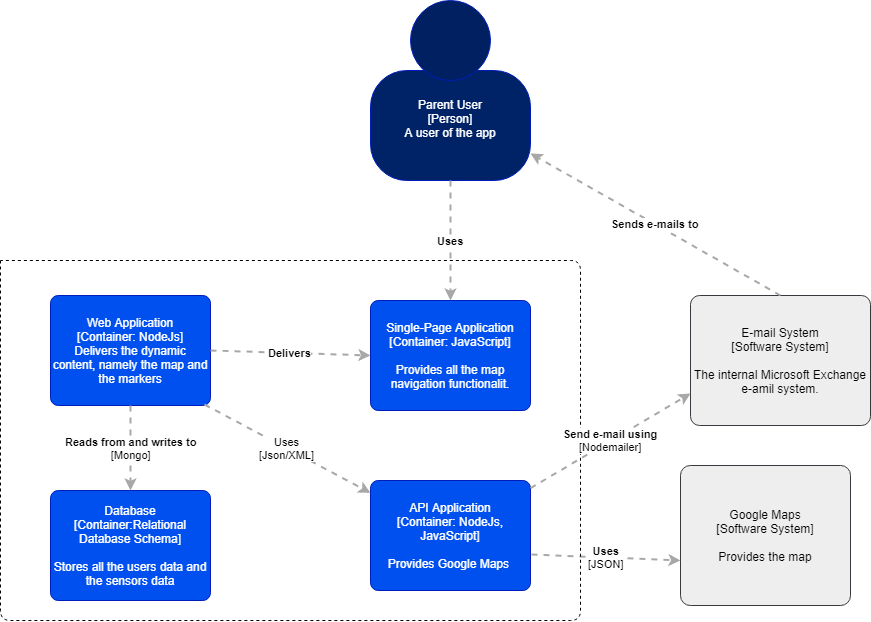
The draw.io diagram Arhitectura/DiagramaContainer.png in robertzanceanu/KiMo, before a commit. Source tidied: cells renumbered, new cells last; positions are measured from the earlier drawing's top-left corner, leaving out a move shared by most shapes.
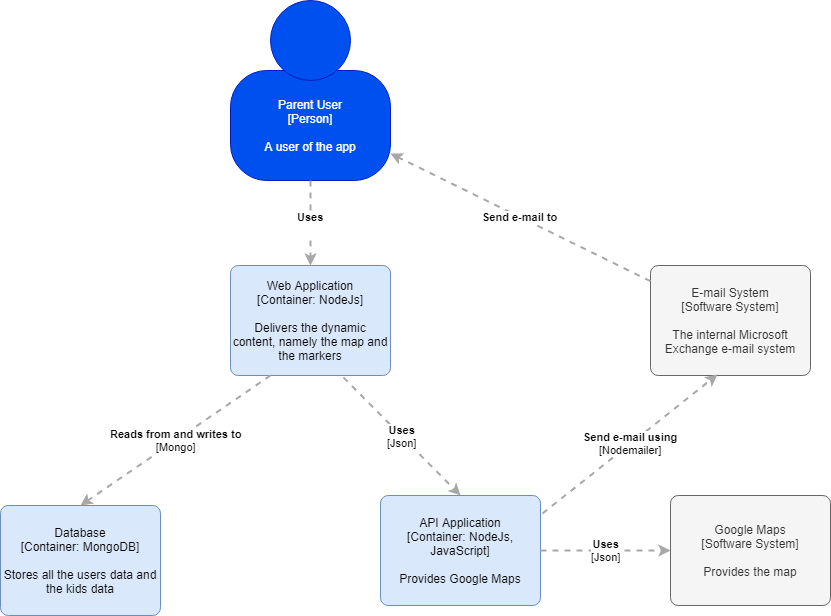
The same file after the commit.

Commit message:
poze cu diagrama de context

Diff of the diagram source:
```diff
@@ -1,79 +1,60 @@
-<mxGraphModel background="#ffffff">
+<mxGraphModel>
   <root>
     <mxCell id="0" />
     <mxCell id="1" parent="0" />
-    <mxCell id="2" style="group;rounded=0;labelBackgroundColor=none;fillColor=#ffffff;fontColor=#000000;align=center;html=1;" parent="1" vertex="1">
-      <mxGeometry x="370" width="160" height="180" as="geometry" />
-    </mxCell>
+    <mxCell id="19" style="group;rounded=0;labelBackgroundColor=none;fillColor=none;fontColor=#000000;align=center;html=1;" parent="1" vertex="1">
+      <mxGeometry x="170" y="-65" width="160" height="180" as="geometry" />
+    </mxCell>
-    <object id="3" label="&lt;span&gt;Parent User&lt;br&gt;[Person]&lt;/span&gt;&lt;br&gt;&lt;div&gt;A user of the app&lt;br&gt;&lt;/div&gt;&lt;div&gt;&lt;br&gt;&lt;/div&gt;" c4Description="Beschreibung" c4Name="name" c4Type="body" placeholders="1">
-      <mxCell style="rounded=1;whiteSpace=wrap;html=1;labelBackgroundColor=none;fillColor=#002266;fontColor=#ffffff;align=center;arcSize=33;strokeColor=#001DBC;" parent="2" vertex="1">
+    <object id="3" label="&lt;span&gt;Parent User&lt;br&gt;[Person]&lt;/span&gt;&lt;br&gt;&lt;div&gt;&lt;br&gt;&lt;/div&gt;&lt;div&gt;A user of the app&lt;/div&gt;" c4Description="Beschreibung" c4Name="name" c4Type="body" placeholders="1">
+      <mxCell style="rounded=1;whiteSpace=wrap;html=1;labelBackgroundColor=none;fillColor=#0050ef;fontColor=#ffffff;align=center;arcSize=33;strokeColor=#001DBC;" parent="19" vertex="1">
         <mxGeometry y="70" width="160" height="110" as="geometry" />
       </mxCell>
     </object>
-    <mxCell id="4" style="ellipse;whiteSpace=wrap;html=1;rounded=0;labelBackgroundColor=none;fillColor=#002061;fontSize=12;fontColor=#ffffff;align=center;strokeColor=#001DBC;" parent="2" vertex="1">
-      <mxGeometry x="40" width="80" height="80" as="geometry" />
-    </mxCell>
+    <mxCell id="20" style="ellipse;whiteSpace=wrap;html=1;rounded=0;labelBackgroundColor=none;fillColor=#0050ef;fontSize=12;fontColor=#ffffff;align=center;strokeColor=#001DBC;" parent="19" vertex="1">
+      <mxGeometry x="40" width="80" height="80" as="geometry" />
+    </mxCell>
+    <object id="6" label="Web Application&lt;div&gt;[Container: NodeJs]&lt;/div&gt;&lt;div&gt;&lt;br&gt;&lt;/div&gt;&lt;div&gt;Delivers the dynamic content, namely the map and the markers&lt;/div&gt;" c4Description="Beschreibung" c4Name="name" c4Type="SoftwareSystem" placeholders="1">
+      <mxCell style="rounded=1;whiteSpace=wrap;html=1;labelBackgroundColor=none;fillColor=#dae8fc;fontColor=#000000;align=center;arcSize=7;strokeColor=#6c8ebf;" parent="1" vertex="1">
+        <mxGeometry x="170" y="200" width="160" height="110" as="geometry" />
+      </mxCell>
+    </object>
+    <mxCell id="13" value="&lt;div style=&quot;text-align: left&quot;&gt;&lt;div style=&quot;text-align: center&quot;&gt;&lt;b&gt;Uses&lt;/b&gt;&lt;/div&gt;&lt;div style=&quot;text-align: center&quot;&gt;&lt;br&gt;&lt;/div&gt;&lt;/div&gt;" style="edgeStyle=none;rounded=0;html=1;entryX=0.5;entryY=0;jettySize=auto;strokeColor=#A8A8A8;strokeWidth=2;fontColor=#000000;jumpStyle=none;dashed=1;exitX=0.5;exitY=1;exitDx=0;exitDy=0;entryDx=0;entryDy=0;" parent="1" edge="1" source="3" target="6">
+      <mxGeometry relative="1" as="geometry" />
+    </mxCell>
+    <object id="21" label="&lt;span&gt;Database&lt;br&gt;[Container: MongoDB]&lt;/span&gt;&lt;br&gt;&lt;div&gt;&lt;br&gt;&lt;/div&gt;&lt;div&gt;Stores all the users data and the kids data&lt;/div&gt;" c4Description="Beschreibung" c4Name="name" c4Type="SoftwareSystem" placeholders="1">
+      <mxCell style="rounded=1;whiteSpace=wrap;html=1;labelBackgroundColor=none;fillColor=#dae8fc;fontColor=#000000;align=center;arcSize=7;strokeColor=#6c8ebf;" parent="1" vertex="1">
+        <mxGeometry x="-60" y="440" width="160" height="110" as="geometry" />
+      </mxCell>
+    </object>
+    <mxCell id="15" value="&lt;div style=&quot;text-align: left&quot;&gt;&lt;div style=&quot;text-align: center&quot;&gt;&lt;b&gt;Reads from and writes to&lt;/b&gt;&lt;/div&gt;&lt;div style=&quot;text-align: center&quot;&gt;[Mongo]&lt;br&gt;&lt;/div&gt;&lt;/div&gt;" style="edgeStyle=none;rounded=0;html=1;entryX=0.5;entryY=0;jettySize=auto;strokeColor=#A8A8A8;strokeWidth=2;fontColor=#000000;jumpStyle=none;dashed=1;exitX=0.25;exitY=1;exitDx=0;exitDy=0;entryDx=0;entryDy=0;" parent="1" edge="1" source="6" target="21">
+      <mxGeometry relative="1" as="geometry" />
+    </mxCell>
+    <object id="8" label="API Application&lt;div&gt;[Container: NodeJs, JavaScript]&lt;/div&gt;&lt;div&gt;&lt;br&gt;&lt;/div&gt;&lt;div&gt;Provides Google Maps&lt;/div&gt;" c4Description="Beschreibung" c4Name="name" c4Type="SoftwareSystem" placeholders="1">
+      <mxCell style="rounded=1;whiteSpace=wrap;html=1;labelBackgroundColor=none;fillColor=#dae8fc;fontColor=#000000;align=center;arcSize=7;strokeColor=#6c8ebf;" parent="1" vertex="1">
+        <mxGeometry x="320" y="430" width="160" height="110" as="geometry" />
+      </mxCell>
+    </object>
+    <mxCell id="12" value="&lt;div style=&quot;text-align: left&quot;&gt;&lt;div style=&quot;text-align: center&quot;&gt;&lt;b&gt;Uses&lt;/b&gt;&lt;/div&gt;&lt;div style=&quot;text-align: center&quot;&gt;[Json]&lt;br&gt;&lt;/div&gt;&lt;/div&gt;" style="edgeStyle=none;rounded=0;html=1;entryX=0.5;entryY=0;jettySize=auto;strokeColor=#A8A8A8;strokeWidth=2;fontColor=#000000;jumpStyle=none;dashed=1;exitX=0.706;exitY=1.018;exitDx=0;exitDy=0;exitPerimeter=0;entryDx=0;entryDy=0;" parent="1" edge="1" source="6" target="8">
+      <mxGeometry relative="1" as="geometry" />
+    </mxCell>
-    <object id="5" label="Google Maps&lt;br&gt;&lt;div&gt;[Software System]&lt;/div&gt;&lt;div&gt;&lt;br&gt;&lt;/div&gt;&lt;div&gt;Provides the map&lt;br&gt;&lt;/div&gt;" c4Description="Beschreibung" c4Name="name" c4Type="SoftwareSystem" placeholders="1">
-      <mxCell style="rounded=1;whiteSpace=wrap;html=1;labelBackgroundColor=none;fillColor=#eeeeee;align=center;arcSize=7;strokeColor=#36393d;" parent="1" vertex="1">
-        <mxGeometry x="680" y="465" width="170" height="140" as="geometry" />
+    <object id="5" label="Google Maps&lt;div&gt;[Software System]&lt;/div&gt;&lt;div&gt;&lt;br&gt;&lt;/div&gt;&lt;div&gt;Provides the map&lt;/div&gt;" c4Description="Beschreibung" c4Name="name" c4Type="SoftwareSystem" placeholders="1">
+      <mxCell style="rounded=1;whiteSpace=wrap;html=1;labelBackgroundColor=none;fillColor=#f5f5f5;fontColor=#333333;align=center;arcSize=7;strokeColor=#666666;" parent="1" vertex="1">
+        <mxGeometry x="610" y="430" width="160" height="110" as="geometry" />
       </mxCell>
     </object>
-    <object id="6" label="Web Application&lt;br&gt;&lt;div&gt;[Container: NodeJs]&lt;/div&gt;Delivers the dynamic content, namely the map and the markers" c4Description="Beschreibung" c4Name="name" c4Type="SoftwareSystem" placeholders="1">
-      <mxCell style="rounded=1;whiteSpace=wrap;html=1;labelBackgroundColor=none;fillColor=#0050ef;fontColor=#ffffff;align=center;arcSize=7;strokeColor=#001DBC;" parent="1" vertex="1">
-        <mxGeometry x="50" y="295" width="160" height="110" as="geometry" />
-      </mxCell>
-    </object>
-    <object id="7" label="Single-Page Application&lt;br&gt;&lt;div&gt;[Container: JavaScript]&lt;/div&gt;&lt;div&gt;&lt;br&gt;&lt;/div&gt;&lt;div&gt;Provides all the map navigation functionalit.&lt;br&gt;&lt;/div&gt;" c4Description="Beschreibung" c4Name="name" c4Type="SoftwareSystem" placeholders="1">
-      <mxCell style="rounded=1;whiteSpace=wrap;html=1;labelBackgroundColor=none;fillColor=#0050ef;fontColor=#ffffff;align=center;arcSize=7;strokeColor=#001DBC;" parent="1" vertex="1">
-        <mxGeometry x="370" y="300" width="160" height="110" as="geometry" />
-      </mxCell>
-    </object>
-    <object id="8" label="API Application&lt;br&gt;&lt;div&gt;[Container: NodeJs, JavaScript]&lt;/div&gt;&lt;div&gt;&lt;br&gt;&lt;/div&gt;&lt;div&gt;Provides Google Maps&amp;nbsp;&lt;br&gt;&lt;/div&gt;" c4Description="Beschreibung" c4Name="name" c4Type="SoftwareSystem" placeholders="1">
-      <mxCell style="rounded=1;whiteSpace=wrap;html=1;labelBackgroundColor=none;fillColor=#0050ef;fontColor=#ffffff;align=center;arcSize=7;strokeColor=#001DBC;" parent="1" vertex="1">
-        <mxGeometry x="370" y="480" width="160" height="110" as="geometry" />
-      </mxCell>
-    </object>
-    <object id="9" label="Database&lt;br&gt;[Container:Relational Database Schema]&lt;div&gt;&lt;br&gt;&lt;/div&gt;&lt;div&gt;Stores all the users data and the sensors data&lt;br&gt;&lt;/div&gt;" c4Description="Beschreibung" c4Name="name" c4Type="SoftwareSystem" placeholders="1">
-      <mxCell style="rounded=1;whiteSpace=wrap;html=1;labelBackgroundColor=none;fillColor=#0050ef;fontColor=#ffffff;align=center;arcSize=7;strokeColor=#001DBC;" parent="1" vertex="1">
-        <mxGeometry x="50" y="490" width="160" height="110" as="geometry" />
-      </mxCell>
-    </object>
+    <object id="22" label="E-mail System&lt;div&gt;[Software System]&lt;/div&gt;&lt;div&gt;&lt;br&gt;&lt;/div&gt;&lt;div&gt;The internal Microsoft Exchange e-mail system&lt;/div&gt;" c4Description="Beschreibung" c4Name="name" c4Type="SoftwareSystem" placeholders="1">
+      <mxCell style="rounded=1;whiteSpace=wrap;html=1;labelBackgroundColor=none;fillColor=#f5f5f5;align=center;arcSize=7;strokeColor=#666666;fontColor=#333333;" parent="1" vertex="1">
+        <mxGeometry x="590" y="200" width="160" height="110" as="geometry" />
+      </mxCell>
+    </object>
-    <mxCell id="10" value="&lt;div style=&quot;text-align: left&quot;&gt;&lt;div style=&quot;text-align: center&quot;&gt;&lt;b&gt;Uses&lt;/b&gt;&lt;/div&gt;&lt;div style=&quot;text-align: center&quot;&gt;[JSON]&lt;/div&gt;&lt;/div&gt;" style="edgeStyle=none;rounded=0;html=1;entryX=0;entryY=0.679;jettySize=auto;strokeColor=#A8A8A8;strokeWidth=2;fontColor=#000000;jumpStyle=none;dashed=1;entryDx=0;entryDy=0;exitX=1.006;exitY=0.673;exitDx=0;exitDy=0;exitPerimeter=0;entryPerimeter=0;" parent="1" edge="1" source="8" target="5">
+    <mxCell id="10" value="&lt;div style=&quot;text-align: left&quot;&gt;&lt;div style=&quot;text-align: center&quot;&gt;&lt;b&gt;Uses&lt;/b&gt;&lt;/div&gt;&lt;div style=&quot;text-align: center&quot;&gt;[Json]&lt;br&gt;&lt;/div&gt;&lt;/div&gt;" style="edgeStyle=none;rounded=0;html=1;entryX=0;entryY=0.5;jettySize=auto;strokeColor=#A8A8A8;strokeWidth=2;fontColor=#000000;jumpStyle=none;dashed=1;exitX=1;exitY=0.5;exitDx=0;exitDy=0;entryDx=0;entryDy=0;" parent="1" edge="1" source="8" target="5">
       <mxGeometry relative="1" as="geometry" />
     </mxCell>
-    <mxCell id="11" value="&lt;div style=&quot;text-align: left&quot;&gt;&lt;div style=&quot;text-align: center&quot;&gt;&lt;b&gt;Delivers&lt;br&gt;&lt;/b&gt;&lt;/div&gt;&lt;/div&gt;" style="edgeStyle=none;rounded=0;html=1;jettySize=auto;strokeColor=#A8A8A8;strokeWidth=2;fontColor=#000000;jumpStyle=none;dashed=1;exitX=1;exitY=0.5;exitDx=0;exitDy=0;entryX=0;entryY=0.5;entryDx=0;entryDy=0;" parent="1" edge="1" source="6" target="7">
-      <mxGeometry relative="1" as="geometry" />
-    </mxCell>
-    <mxCell id="12" value="&lt;div style=&quot;text-align: left&quot;&gt;&lt;div style=&quot;text-align: center&quot;&gt;Uses&lt;br&gt;&lt;/div&gt;&lt;div style=&quot;text-align: center&quot;&gt;[Json/XML]&lt;/div&gt;&lt;/div&gt;" style="edgeStyle=none;rounded=0;html=1;jettySize=auto;strokeColor=#A8A8A8;strokeWidth=2;fontColor=#000000;jumpStyle=none;dashed=1;exitX=0.963;exitY=0.991;exitDx=0;exitDy=0;exitPerimeter=0;" parent="1" edge="1" source="6" target="8">
-      <mxGeometry relative="1" as="geometry" />
-    </mxCell>
-    <mxCell id="13" value="&lt;div style=&quot;text-align: left&quot;&gt;&lt;div style=&quot;text-align: center&quot;&gt;&lt;b&gt;Uses&lt;br&gt;&lt;/b&gt;&lt;/div&gt;&lt;/div&gt;" style="edgeStyle=none;rounded=0;html=1;entryX=0.5;entryY=0;jettySize=auto;strokeColor=#A8A8A8;strokeWidth=2;fontColor=#000000;jumpStyle=none;dashed=1;exitX=0.5;exitY=1;exitDx=0;exitDy=0;entryDx=0;entryDy=0;" parent="1" edge="1" source="3" target="7">
-      <mxGeometry relative="1" as="geometry" />
-    </mxCell>
-    <mxCell id="14" style="endArrow=none;dashed=1;html=1;" parent="1" edge="1">
-      <mxGeometry relative="1" as="geometry">
-        <mxPoint y="260" as="sourcePoint" />
-        <mxPoint y="260" as="targetPoint" />
-        <Array as="points">
-          <mxPoint y="620" />
-          <mxPoint x="580" y="620" />
-          <mxPoint x="580" y="260" />
-        </Array>
-      </mxGeometry>
-    </mxCell>
-    <mxCell id="15" value="&lt;div style=&quot;text-align: left&quot;&gt;&lt;div style=&quot;text-align: center&quot;&gt;&lt;b&gt;Reads from and writes to&lt;br&gt;&lt;/b&gt;&lt;/div&gt;&lt;div style=&quot;text-align: center&quot;&gt;[Mongo]&lt;/div&gt;&lt;/div&gt;" style="edgeStyle=none;rounded=0;html=1;entryX=0.5;entryY=0;jettySize=auto;strokeColor=#A8A8A8;strokeWidth=2;fontColor=#000000;jumpStyle=none;dashed=1;exitX=0.5;exitY=1;exitDx=0;exitDy=0;entryDx=0;entryDy=0;" parent="1" edge="1" source="6" target="9">
-      <mxGeometry relative="1" as="geometry" />
-    </mxCell>
-    <object id="16" label="&lt;span&gt;E-mail System&lt;br&gt;[Software System]&lt;/span&gt;&lt;br&gt;&lt;div&gt;&lt;br&gt;&lt;/div&gt;&lt;div&gt;The internal Microsoft Exchange e-amil system.&lt;/div&gt;" c4Description="Beschreibung" c4Name="name" c4Type="SoftwareSystem" placeholders="1">
-      <mxCell style="rounded=1;whiteSpace=wrap;html=1;labelBackgroundColor=none;fillColor=#eeeeee;align=center;arcSize=7;strokeColor=#36393d;" parent="1" vertex="1">
-        <mxGeometry x="690" y="295" width="180" height="130" as="geometry" />
-      </mxCell>
-    </object>
-    <mxCell id="17" value="&lt;div style=&quot;text-align: left&quot;&gt;&lt;div style=&quot;text-align: center&quot;&gt;&lt;b&gt;Send e-mail using&lt;/b&gt;&lt;/div&gt;&lt;div style=&quot;text-align: center&quot;&gt;[N&lt;span&gt;odemailer&lt;/span&gt;]&lt;/div&gt;&lt;/div&gt;" style="edgeStyle=none;rounded=0;html=1;jettySize=auto;strokeColor=#A8A8A8;strokeWidth=2;fontColor=#000000;jumpStyle=none;dashed=1;entryX=0;entryY=0.75;entryDx=0;entryDy=0;" parent="1" edge="1" source="8" target="16">
-      <mxGeometry relative="1" as="geometry" />
-    </mxCell>
-    <mxCell id="18" value="&lt;div style=&quot;text-align: left&quot;&gt;&lt;div style=&quot;text-align: center&quot;&gt;&lt;b&gt;Sends e-mails to&lt;/b&gt;&lt;/div&gt;&lt;/div&gt;" style="edgeStyle=none;rounded=0;html=1;entryX=1;entryY=0.75;jettySize=auto;strokeColor=#A8A8A8;strokeWidth=2;fontColor=#000000;jumpStyle=none;dashed=1;exitX=0.5;exitY=0;exitDx=0;exitDy=0;entryDx=0;entryDy=0;" parent="1" edge="1" source="16" target="3">
-      <mxGeometry relative="1" as="geometry" />
-    </mxCell>
+    <mxCell id="23" value="&lt;div style=&quot;text-align: left&quot;&gt;&lt;div style=&quot;text-align: center&quot;&gt;&lt;b&gt;Send e-mail using&lt;/b&gt;&lt;/div&gt;&lt;div style=&quot;text-align: center&quot;&gt;[Nodemailer]&lt;br&gt;&lt;/div&gt;&lt;/div&gt;" style="edgeStyle=none;rounded=0;html=1;entryX=0.419;entryY=0.991;jettySize=auto;strokeColor=#A8A8A8;strokeWidth=2;fontColor=#000000;jumpStyle=none;dashed=1;exitX=1.013;exitY=0.164;exitDx=0;exitDy=0;exitPerimeter=0;entryDx=0;entryDy=0;entryPerimeter=0;" parent="1" edge="1" source="8" target="22">
+      <mxGeometry relative="1" as="geometry" />
+    </mxCell>
+    <mxCell id="24" value="&lt;div style=&quot;text-align: left&quot;&gt;&lt;div style=&quot;text-align: center&quot;&gt;&lt;b&gt;Send e-mail to&lt;/b&gt;&lt;/div&gt;&lt;/div&gt;" style="edgeStyle=none;rounded=0;html=1;entryX=1;entryY=0.75;jettySize=auto;strokeColor=#A8A8A8;strokeWidth=2;fontColor=#000000;jumpStyle=none;dashed=1;entryDx=0;entryDy=0;" parent="1" edge="1" source="22" target="3">
+      <mxGeometry relative="1" as="geometry" />
+    </mxCell>
   </root>
 </mxGraphModel>
```
